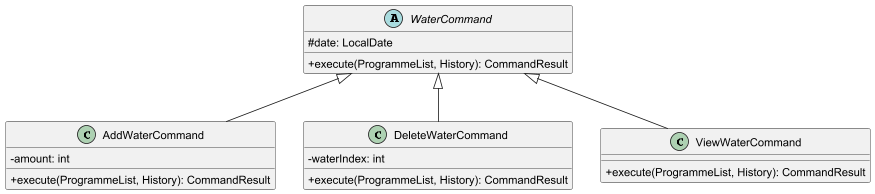
Before: docs/images/waterCommandSummary.png, a diagram exported from PlantUML (nus-cs2113-AY2425S1/tp).
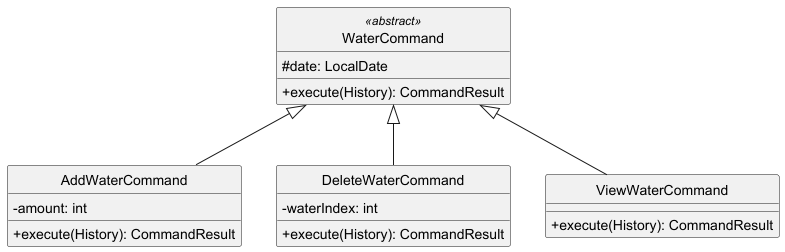
After the commit.

Change to the diagram source:
```diff
@@ -1,24 +1,25 @@
 @startuml
 
 skinparam classAttributeIconSize 0
+hide circle
 
-abstract class WaterCommand {
+class WaterCommand <<abstract>> {
     # date: LocalDate
-    + execute(ProgrammeList, History): CommandResult
+    + execute(History): CommandResult
 }
 
 class AddWaterCommand {
     - amount: int
-    + execute(ProgrammeList, History): CommandResult
+    + execute(History): CommandResult
 }
 
 class DeleteWaterCommand {
     - waterIndex: int
-    + execute(ProgrammeList, History): CommandResult
+    + execute(History): CommandResult
 }
 
 class ViewWaterCommand {
-    + execute(ProgrammeList, History): CommandResult
+    + execute(History): CommandResult
 }
 
 WaterCommand <|-- AddWaterCommand
```
